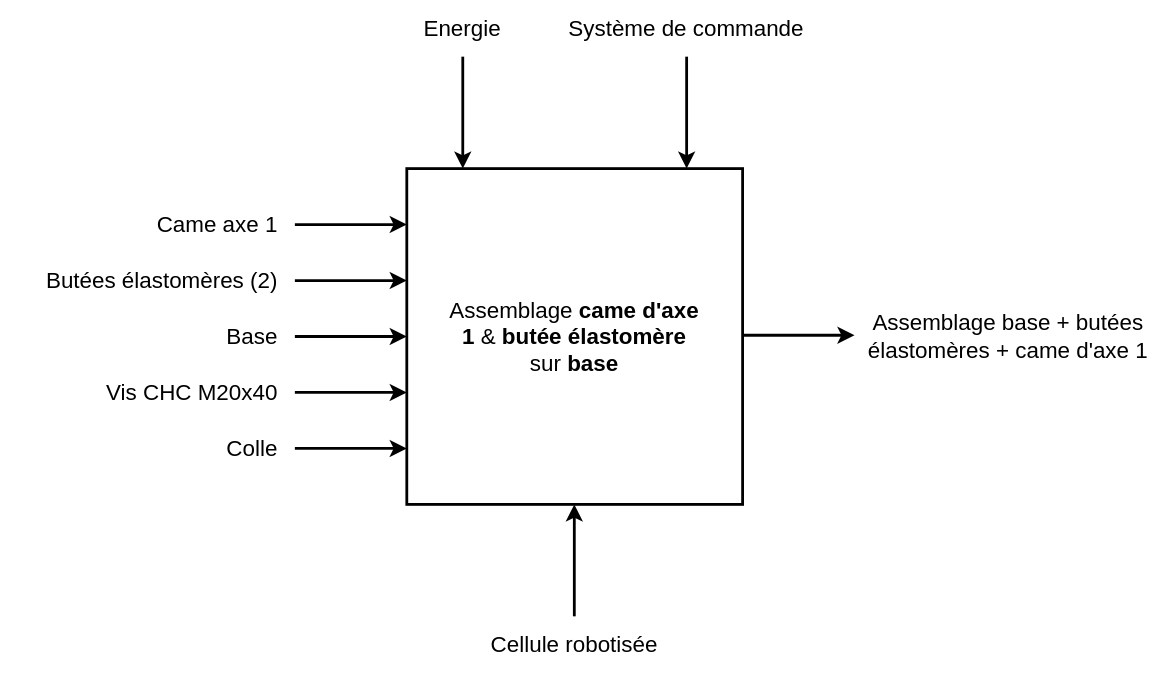
Above: sadt_lot-1.drawio.svg in joriszuretti/esirem (draw.io), before the change. Source tidied: cells renumbered, new cells last; positions are measured from the earlier drawing's top-left corner, leaving out a move shared by most shapes.
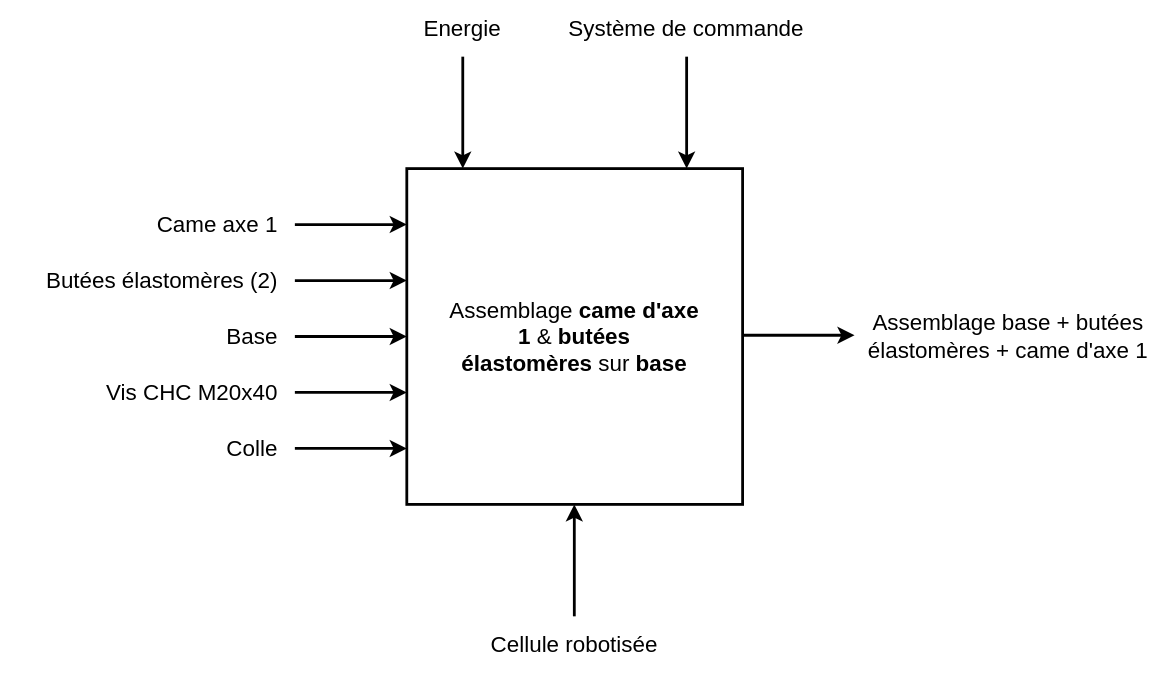
After the change.

Commit message:
Mettre à jour sadt_lot-1.drawio.svg

What changed in the source:
```diff
@@ -2,7 +2,7 @@
   <root>
     <mxCell id="0" />
     <mxCell id="1" parent="0" />
-    <mxCell id="2" value="&lt;font style=&quot;font-size: 16px;&quot;&gt;Assemblage &lt;b&gt;came d'axe 1 &lt;/b&gt;&amp;amp; &lt;b&gt;butée élastomère &lt;/b&gt;sur &lt;b&gt;base&lt;/b&gt;&lt;/font&gt;" style="rounded=0;whiteSpace=wrap;html=1;perimeterSpacing=0;strokeWidth=2;glass=0;horizontal=1;spacingTop=0;spacing=10;spacingLeft=20;spacingRight=20;" parent="1" vertex="1">
+    <mxCell id="2" value="&lt;font style=&quot;font-size: 16px;&quot;&gt;Assemblage &lt;b&gt;came d'axe 1 &lt;/b&gt;&amp;amp; &lt;b&gt;butées élastomères&amp;nbsp;&lt;/b&gt;sur &lt;b&gt;base&lt;/b&gt;&lt;/font&gt;" style="rounded=0;whiteSpace=wrap;html=1;perimeterSpacing=0;strokeWidth=2;glass=0;horizontal=1;spacingTop=0;spacing=10;spacingLeft=20;spacingRight=20;" parent="1" vertex="1">
       <mxGeometry x="290" y="120" width="240" height="240" as="geometry" />
     </mxCell>
     <mxCell id="3" style="endArrow=classic;html=1;rounded=0;strokeWidth=2;" parent="1" edge="1">
```
